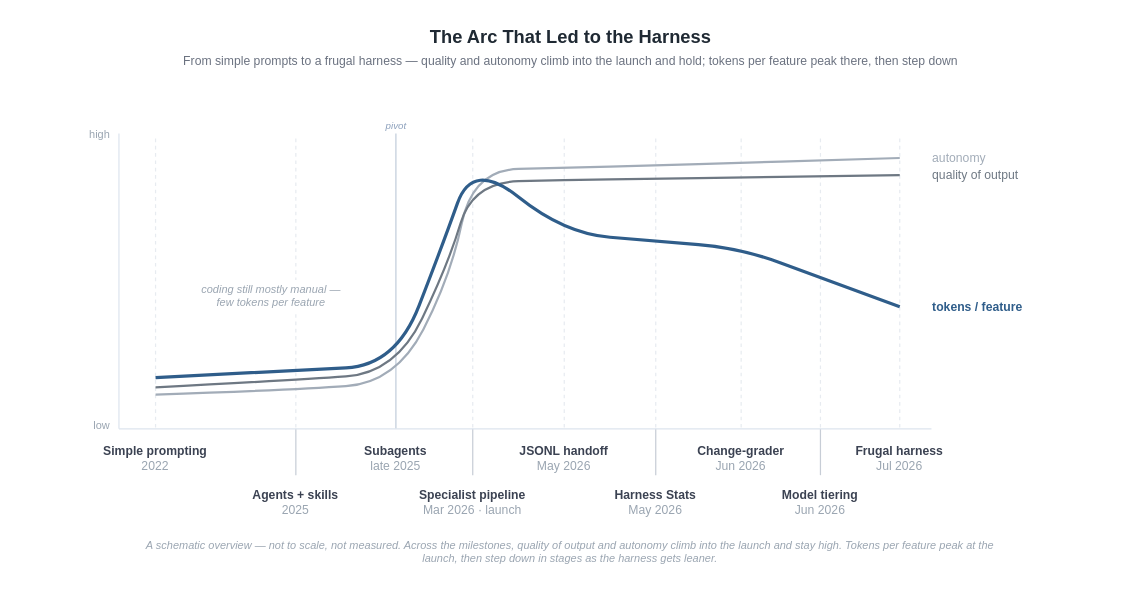
woditschka/agentic-coding-reference keeps this draw.io diagram as docs/images/research-arc.drawio. Above is the earlier version. Source tidied: cells renumbered, new cells numbered last; positions are measured from the earlier drawing's top-left corner, leaving out a move shared by most shapes. Both pictures are drawn from the tidied source at 122%, with x=0, y=0 at pixel (21, 21).
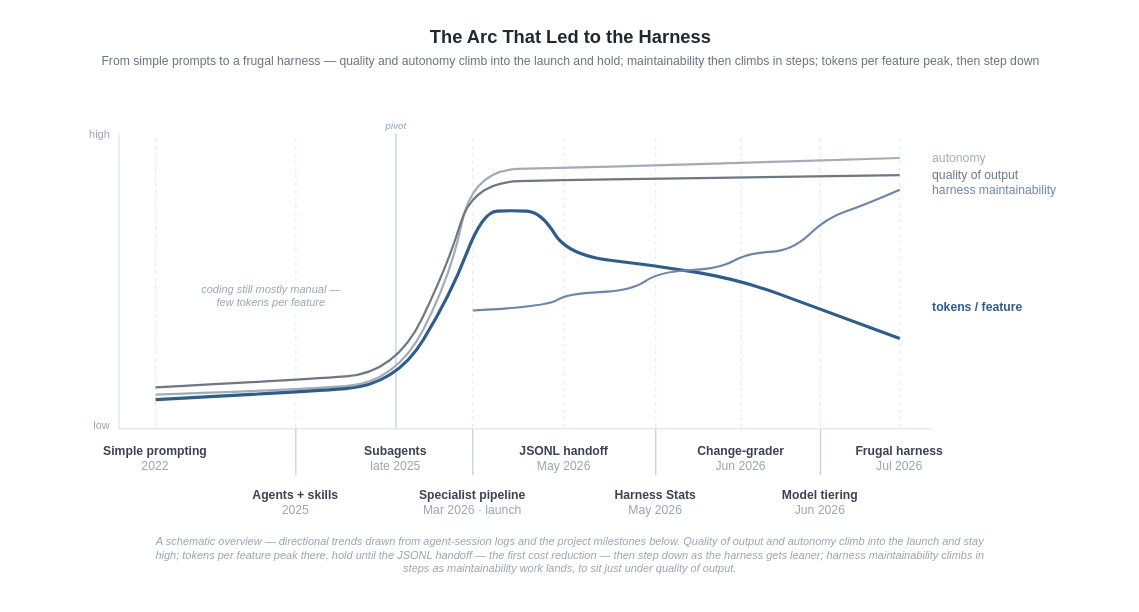
The same diagram, later.

Commit message (it also covers changes not shown here):
docs: refine research-arc figure

Diff of the diagram source:
```diff
@@
-    <mxCell id="3" value="From simple prompts to a frugal harness — quality and autonomy climb into the launch and hold; tokens per feature peak there, then step down" style="text;html=1;align=center;verticalAlign=middle;fontSize=10;fontColor=#6B7280;" parent="1" vertex="1">
+    <mxCell id="3" value="From simple prompts to a frugal harness — quality and autonomy climb into the launch and hold; maintainability then climbs in steps; tokens per feature peak, then step down" style="text;html=1;align=center;verticalAlign=middle;fontSize=10;fontColor=#6B7280;" parent="1" vertex="1">
       <mxGeometry y="25" width="900" height="14" as="geometry" />
     </mxCell>
@@
     <mxCell id="24" style="edgeStyle=none;curved=1;html=1;endArrow=none;startArrow=none;strokeColor=#2F5D8A;strokeWidth=2.6;" parent="1" edge="1">
       <mxGeometry relative="1" as="geometry">
-        <mxPoint x="110" y="292" as="sourcePoint" />
-        <mxPoint x="720" y="234" as="targetPoint" />
+        <mxPoint x="110" y="310" as="sourcePoint" />
+        <mxPoint x="720" y="260" as="targetPoint" />
         <Array as="points">
-          <mxPoint x="225" y="286" />
-          <mxPoint x="307" y="282" />
-          <mxPoint x="345" y="184" />
-          <mxPoint x="370" y="114" />
-          <mxPoint x="445" y="174" />
-          <mxPoint x="520" y="180" />
-          <mxPoint x="590" y="186" />
-          <mxPoint x="655" y="210" />
+          <mxPoint x="225" y="304" />
+          <mxPoint x="307" y="298" />
+          <mxPoint x="352" y="224" />
+          <mxPoint x="378" y="156" />
+          <mxPoint x="402" y="155" />
+          <mxPoint x="426" y="156" />
+          <mxPoint x="448" y="192" />
+          <mxPoint x="520" y="200" />
+          <mxPoint x="590" y="212" />
+          <mxPoint x="655" y="236" />
         </Array>
       </mxGeometry>
     </mxCell>
+    <mxCell id="39" style="edgeStyle=none;curved=1;html=1;endArrow=none;startArrow=none;strokeColor=#6E86A6;strokeWidth=1.8;" parent="1" edge="1">
+      <mxGeometry relative="1" as="geometry">
+        <mxPoint x="370" y="237" as="sourcePoint" />
+        <mxPoint x="720" y="138" as="targetPoint" />
+        <Array as="points">
+          <mxPoint x="430" y="234" />
+          <mxPoint x="448" y="223" />
+          <mxPoint x="500" y="221" />
+          <mxPoint x="523" y="205" />
+          <mxPoint x="572" y="203" />
+          <mxPoint x="595" y="190" />
+          <mxPoint x="632" y="188" />
+          <mxPoint x="660" y="161" />
+          <mxPoint x="690" y="151" />
+        </Array>
+      </mxGeometry>
+    </mxCell>
@@
+    <mxCell id="40" value="harness maintainability" style="text;html=1;align=left;verticalAlign=middle;fontSize=10;fontColor=#6E86A6;" parent="1" vertex="1">
+      <mxGeometry x="745" y="131" width="150" height="14" as="geometry" />
+    </mxCell>
@@
-    <mxCell id="38" value="A schematic overview — not to scale, not measured. Across the milestones, quality of output and autonomy climb into the launch and stay high. Tokens per feature peak at the launch, then step down in stages as the harness gets leaner." style="text;html=1;align=center;verticalAlign=middle;whiteSpace=wrap;fontSize=9;fontStyle=2;fontColor=#9AA5B1;" parent="1" vertex="1">
-      <mxGeometry x="100" y="412" width="700" height="46" as="geometry" />
+    <mxCell id="38" value="A schematic overview — directional trends drawn from agent-session logs and the project milestones below. Quality of output and autonomy climb into the launch and stay high; tokens per feature peak there, hold until the JSONL handoff — the first cost reduction — then step down as the harness gets leaner; harness maintainability climbs in steps as maintainability work lands, to sit just under quality of output." style="text;html=1;align=center;verticalAlign=middle;whiteSpace=wrap;fontSize=9;fontStyle=2;fontColor=#9AA5B1;" parent="1" vertex="1">
+      <mxGeometry x="100" y="408" width="700" height="60" as="geometry" />
     </mxCell>
```
